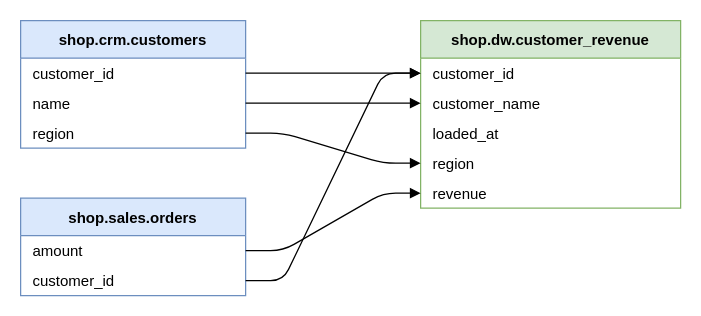
Before: page "Columns" (2 of 2) of examples/orders.drawio in bhaskars9/BQLineage, a draw.io diagram. Source tidied: cells renumbered, new cells numbered last; positions are measured from the earlier drawing's top-left corner, leaving out a move shared by most shapes. Both pictures are drawn from the tidied source at 125%, with x=0, y=0 at pixel (20, 20).
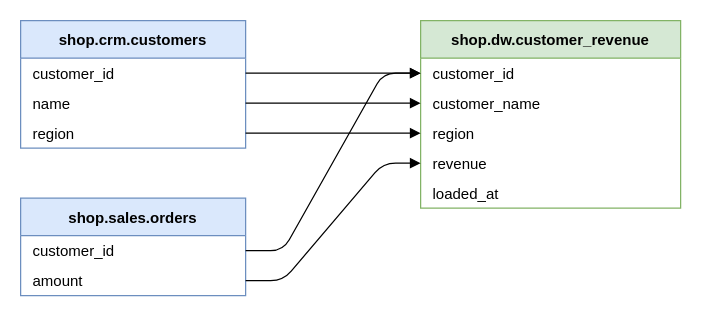
The same diagram, later.

Diff of the diagram source:
```diff
@@
 <mxGraphModel>
   <root>
     <mxCell id="0" />
     <mxCell id="1" parent="0" />
     <mxCell id="2" value="shop.crm.customers" style="swimlane;startSize=30;fontStyle=1;horizontal=1;fillColor=#dae8fc;strokeColor=#6c8ebf;" parent="1" vertex="1">
       <mxGeometry width="180" height="102" as="geometry" />
     </mxCell>
     <mxCell id="3" value="customer_id" style="text;align=left;verticalAlign=middle;spacingLeft=8;points=[[0,0.5],[1,0.5]];portConstraint=eastwest;" parent="2" vertex="1">
       <mxGeometry y="30" width="180" height="24" as="geometry" />
     </mxCell>
     <mxCell id="4" value="name" style="text;align=left;verticalAlign=middle;spacingLeft=8;points=[[0,0.5],[1,0.5]];portConstraint=eastwest;" parent="2" vertex="1">
       <mxGeometry y="54" width="180" height="24" as="geometry" />
     </mxCell>
     <mxCell id="5" value="region" style="text;align=left;verticalAlign=middle;spacingLeft=8;points=[[0,0.5],[1,0.5]];portConstraint=eastwest;" parent="2" vertex="1">
       <mxGeometry y="78" width="180" height="24" as="geometry" />
     </mxCell>
     <mxCell id="6" value="shop.sales.orders" style="swimlane;startSize=30;fontStyle=1;horizontal=1;fillColor=#dae8fc;strokeColor=#6c8ebf;" parent="1" vertex="1">
       <mxGeometry y="142" width="180" height="78" as="geometry" />
     </mxCell>
-    <mxCell id="7" value="amount" style="text;align=left;verticalAlign=middle;spacingLeft=8;points=[[0,0.5],[1,0.5]];portConstraint=eastwest;" parent="6" vertex="1">
+    <mxCell id="7" value="customer_id" style="text;align=left;verticalAlign=middle;spacingLeft=8;points=[[0,0.5],[1,0.5]];portConstraint=eastwest;" parent="6" vertex="1">
       <mxGeometry y="30" width="180" height="24" as="geometry" />
     </mxCell>
-    <mxCell id="8" value="customer_id" style="text;align=left;verticalAlign=middle;spacingLeft=8;points=[[0,0.5],[1,0.5]];portConstraint=eastwest;" parent="6" vertex="1">
+    <mxCell id="8" value="amount" style="text;align=left;verticalAlign=middle;spacingLeft=8;points=[[0,0.5],[1,0.5]];portConstraint=eastwest;" parent="6" vertex="1">
       <mxGeometry y="54" width="180" height="24" as="geometry" />
     </mxCell>
     <mxCell id="9" value="shop.dw.customer_revenue" style="swimlane;startSize=30;fontStyle=1;horizontal=1;fillColor=#d5e8d4;strokeColor=#82b366;" parent="1" vertex="1">
       <mxGeometry x="320" width="208" height="150" as="geometry" />
     </mxCell>
     <mxCell id="10" value="customer_id" style="text;align=left;verticalAlign=middle;spacingLeft=8;points=[[0,0.5],[1,0.5]];portConstraint=eastwest;" parent="9" vertex="1">
       <mxGeometry y="30" width="208" height="24" as="geometry" />
     </mxCell>
     <mxCell id="11" value="customer_name" style="text;align=left;verticalAlign=middle;spacingLeft=8;points=[[0,0.5],[1,0.5]];portConstraint=eastwest;" parent="9" vertex="1">
       <mxGeometry y="54" width="208" height="24" as="geometry" />
     </mxCell>
-    <mxCell id="12" value="loaded_at" style="text;align=left;verticalAlign=middle;spacingLeft=8;points=[[0,0.5],[1,0.5]];portConstraint=eastwest;" parent="9" vertex="1">
+    <mxCell id="12" value="region" style="text;align=left;verticalAlign=middle;spacingLeft=8;points=[[0,0.5],[1,0.5]];portConstraint=eastwest;" parent="9" vertex="1">
       <mxGeometry y="78" width="208" height="24" as="geometry" />
     </mxCell>
-    <mxCell id="13" value="region" style="text;align=left;verticalAlign=middle;spacingLeft=8;points=[[0,0.5],[1,0.5]];portConstraint=eastwest;" parent="9" vertex="1">
+    <mxCell id="13" value="revenue" style="text;align=left;verticalAlign=middle;spacingLeft=8;points=[[0,0.5],[1,0.5]];portConstraint=eastwest;" parent="9" vertex="1">
       <mxGeometry y="102" width="208" height="24" as="geometry" />
     </mxCell>
-    <mxCell id="14" value="revenue" style="text;align=left;verticalAlign=middle;spacingLeft=8;points=[[0,0.5],[1,0.5]];portConstraint=eastwest;" parent="9" vertex="1">
+    <mxCell id="14" value="loaded_at" style="text;align=left;verticalAlign=middle;spacingLeft=8;points=[[0,0.5],[1,0.5]];portConstraint=eastwest;" parent="9" vertex="1">
       <mxGeometry y="126" width="208" height="24" as="geometry" />
     </mxCell>
     <mxCell id="15" style="edgeStyle=entityRelationEdgeStyle;endArrow=block;endFill=1;" parent="1" edge="1" source="3" target="10">
       <mxGeometry relative="1" as="geometry" />
     </mxCell>
     <mxCell id="16" style="edgeStyle=entityRelationEdgeStyle;endArrow=block;endFill=1;" parent="1" edge="1" source="4" target="11">
       <mxGeometry relative="1" as="geometry" />
     </mxCell>
-    <mxCell id="17" style="edgeStyle=entityRelationEdgeStyle;endArrow=block;endFill=1;" parent="1" edge="1" source="5" target="13">
+    <mxCell id="17" style="edgeStyle=entityRelationEdgeStyle;endArrow=block;endFill=1;" parent="1" edge="1" source="5" target="12">
       <mxGeometry relative="1" as="geometry" />
     </mxCell>
-    <mxCell id="18" style="edgeStyle=entityRelationEdgeStyle;endArrow=block;endFill=1;" parent="1" edge="1" source="7" target="14">
+    <mxCell id="18" style="edgeStyle=entityRelationEdgeStyle;endArrow=block;endFill=1;" parent="1" edge="1" source="8" target="13">
       <mxGeometry relative="1" as="geometry" />
     </mxCell>
-    <mxCell id="19" style="edgeStyle=entityRelationEdgeStyle;endArrow=block;endFill=1;" parent="1" edge="1" source="8" target="10">
+    <mxCell id="19" style="edgeStyle=entityRelationEdgeStyle;endArrow=block;endFill=1;" parent="1" edge="1" source="7" target="10">
       <mxGeometry relative="1" as="geometry" />
     </mxCell>
   </root>
 </mxGraphModel>
```
